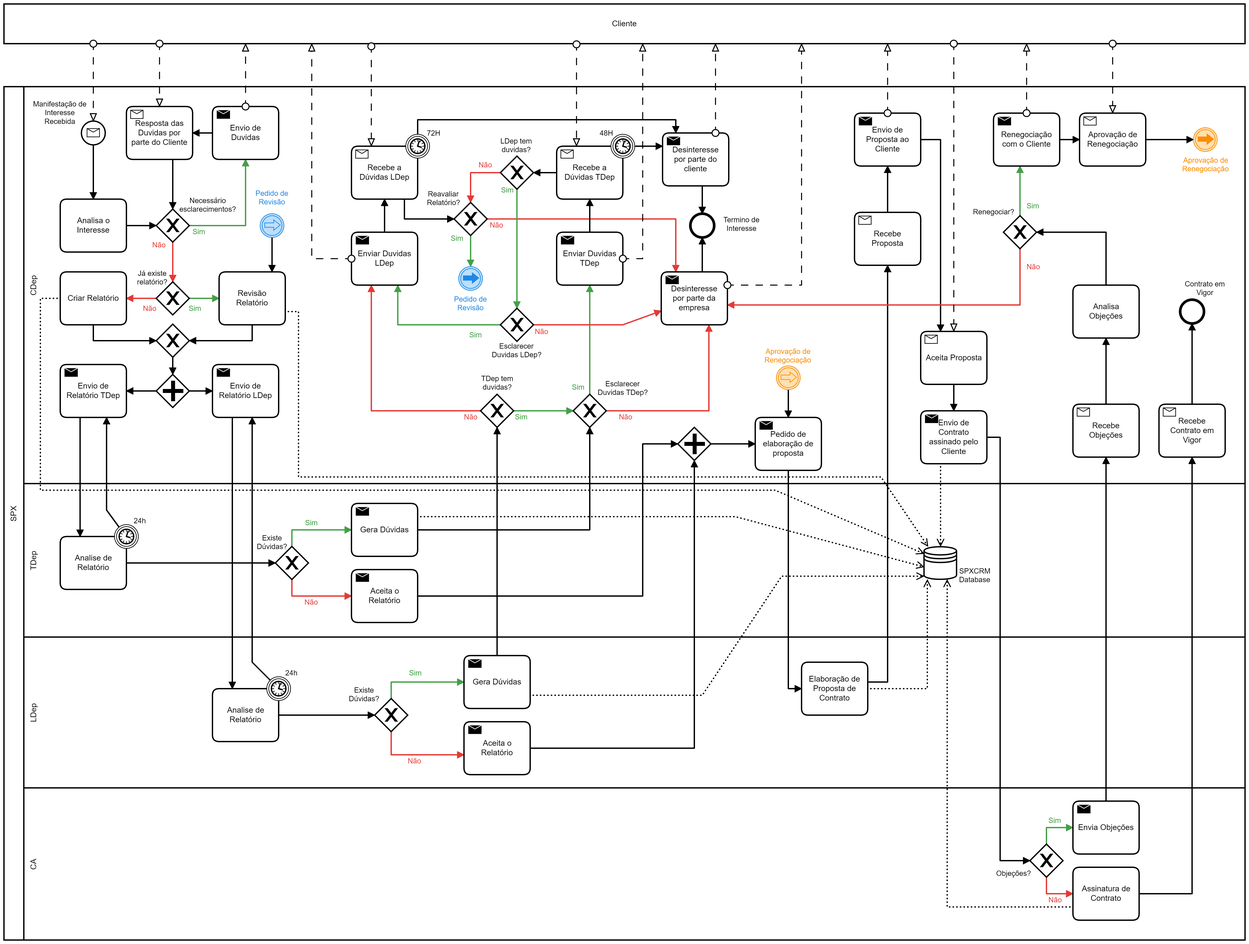
This is Entrega2/diagram_3.png from nelsontr/AMS_2020-2021, a BPMN export, as it was before one commit. Its source is kept beside it as Entrega2/diagram_3.bpmn. Ids are renumbered.
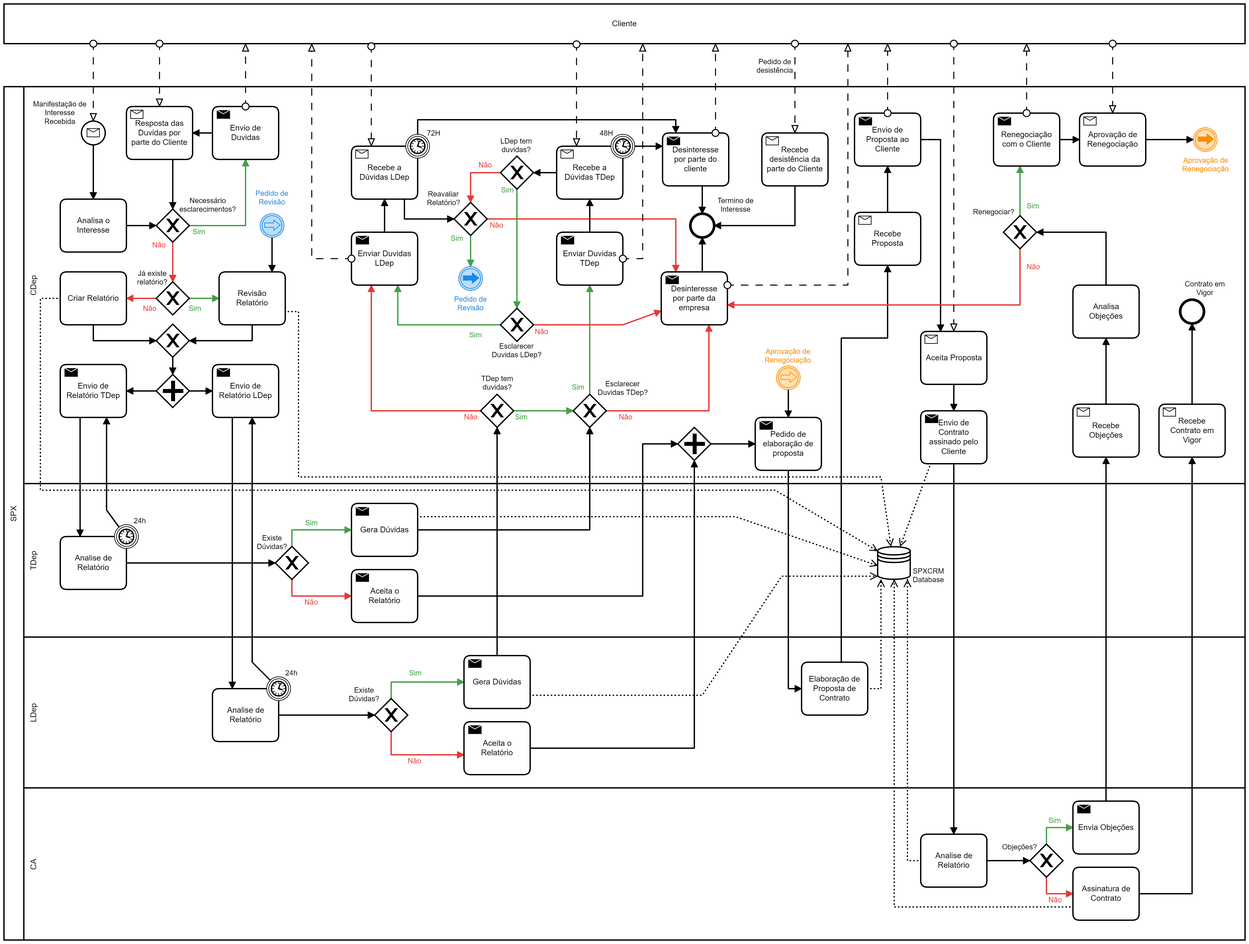
The same diagram one commit later.

Diff of the diagram source:
```diff
@@ -427,7 +427,7 @@
       <bpmn:outgoing>Flow_n138</bpmn:outgoing>
       <bpmn:outgoing>Flow_n139</bpmn:outgoing>
     </bpmn:exclusiveGateway>
-    <bpmn:receiveTask id="Activity_n33" name="Recebe a Dúvidas TDep">
+    <bpmn:receiveTask id="Activity_n33" name="Recebe desistência da parte do Cliente">
       <bpmn:outgoing>Flow_n166</bpmn:outgoing>
     </bpmn:receiveTask>
     <bpmn:sequenceFlow id="Flow_n166" sourceRef="Activity_n33" targetRef="Event_n60" />
@@ -435,6 +435,9 @@
     <bpmn:task id="Activity_n83" name="Analise de Relatório">
       <bpmn:incoming>Flow_n99</bpmn:incoming>
       <bpmn:outgoing>Flow_n155</bpmn:outgoing>
+      <bpmn:dataOutputAssociation id="DataOutputAssociation_n168">
+        <bpmn:targetRef>DataStoreReference_n130</bpmn:targetRef>
+      </bpmn:dataOutputAssociation>
     </bpmn:task>
     <bpmn:sequenceFlow id="Flow_n155" sourceRef="Activity_n83" targetRef="Gateway_n80" />
   </bpmn:process>
@@ -455,6 +458,15 @@
       <bpmndi:BPMNShape id="Lane_n35_di" bpmnElement="Lane_n35" isHorizontal="true" bioc:stroke="black" bioc:fill="white">
         <dc:Bounds x="155" y="210" width="1845" height="600" />
       </bpmndi:BPMNShape>
+      <bpmndi:BPMNEdge id="Flow_n155_di" bpmnElement="Flow_n155">
+        <di:waypoint x="1610" y="1380" />
+        <di:waypoint x="1675" y="1380" />
+      </bpmndi:BPMNEdge>
+      <bpmndi:BPMNEdge id="Flow_n166_di" bpmnElement="Flow_n166">
+        <di:waypoint x="1320" y="360" />
+        <di:waypoint x="1320" y="420" />
+        <di:waypoint x="1198" y="420" />
+      </bpmndi:BPMNEdge>
       <bpmndi:BPMNEdge id="Flow_n163_di" bpmnElement="Flow_n163">
         <di:waypoint x="700" y="430" />
         <di:waypoint x="700" y="380" />
@@ -657,13 +669,13 @@
         <di:waypoint x="1193" y="750" />
         <di:waypoint x="1260" y="750" />
       </bpmndi:BPMNEdge>
-      <bpmndi:BPMNEdge id="Flow_n114_di" bpmnElement="Flow_n114" bioc:stroke="rgb(142, 36, 170)" bioc:fill="rgb(225, 190, 231)">
+      <bpmndi:BPMNEdge id="Flow_n114_di" bpmnElement="Flow_n114" bioc:stroke="black" bioc:fill="white">
         <di:waypoint x="750" y="980" />
         <di:waypoint x="1090" y="980" />
         <di:waypoint x="1090" y="750" />
         <di:waypoint x="1143" y="750" />
       </bpmndi:BPMNEdge>
-      <bpmndi:BPMNEdge id="Flow_n113_di" bpmnElement="Flow_n113" bioc:stroke="rgb(142, 36, 170)" bioc:fill="rgb(225, 190, 231)">
+      <bpmndi:BPMNEdge id="Flow_n113_di" bpmnElement="Flow_n113" bioc:stroke="black" bioc:fill="white">
         <di:waypoint x="920" y="1210" />
         <di:waypoint x="1168" y="1210" />
         <di:waypoint x="1168" y="775" />
@@ -811,15 +823,6 @@
       <bpmndi:BPMNEdge id="Flow_n84_di" bpmnElement="Flow_n84" bioc:stroke="black" bioc:fill="white">
         <di:waypoint x="470" y="710" />
         <di:waypoint x="470" y="1120" />
-      </bpmndi:BPMNEdge>
-      <bpmndi:BPMNEdge id="Flow_n166_di" bpmnElement="Flow_n166">
-        <di:waypoint x="1320" y="360" />
-        <di:waypoint x="1320" y="420" />
-        <di:waypoint x="1198" y="420" />
-      </bpmndi:BPMNEdge>
-      <bpmndi:BPMNEdge id="Flow_n155_di" bpmnElement="Flow_n155">
-        <di:waypoint x="1610" y="1380" />
-        <di:waypoint x="1675" y="1380" />
       </bpmndi:BPMNEdge>
       <bpmndi:BPMNShape id="Event_n7_di" bpmnElement="Event_n7" bioc:stroke="black" bioc:fill="white">
         <dc:Bounds x="242" y="262" width="36" height="36" />
@@ -1105,8 +1108,8 @@
       </bpmndi:BPMNEdge>
       <bpmndi:BPMNEdge id="DataOutputAssociation_n158_di" bpmnElement="DataOutputAssociation_n158">
         <di:waypoint x="1740" y="1450" />
-        <di:waypoint x="1480" y="1450" />
-        <di:waypoint x="1480" y="955" />
+        <di:waypoint x="1470" y="1450" />
+        <di:waypoint x="1470" y="955" />
       </bpmndi:BPMNEdge>
       <bpmndi:BPMNEdge id="DataOutputAssociation_n160_di" bpmnElement="DataOutputAssociation_n160">
         <di:waypoint x="1525" y="780" />
@@ -1174,8 +1177,13 @@
         <di:waypoint x="1320" y="145" />
         <di:waypoint x="1320" y="280" />
         <bpmndi:BPMNLabel>
-          <dc:Bounds x="1262" y="176" width="56" height="27" />
-        </bpmndi:BPMNLabel>
+          <dc:Bounds x="1262" y="166" width="56" height="27" />
+        </bpmndi:BPMNLabel>
+      </bpmndi:BPMNEdge>
+      <bpmndi:BPMNEdge id="DataOutputAssociation_n168_di" bpmnElement="DataOutputAssociation_n168">
+        <di:waypoint x="1510" y="1380" />
+        <di:waypoint x="1490" y="1380" />
+        <di:waypoint x="1490" y="955" />
       </bpmndi:BPMNEdge>
     </bpmndi:BPMNPlane>
   </bpmndi:BPMNDiagram>
```
